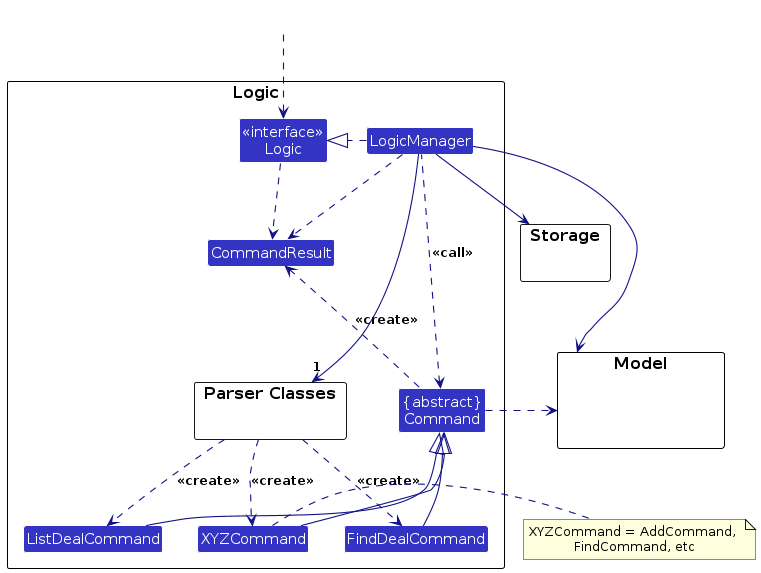
Before: diagrams/LogicClassDiagram.png, a diagram exported from PlantUML (githubcsuser/tp). Its source is kept beside it as diagrams/LogicClassDiagram.puml.
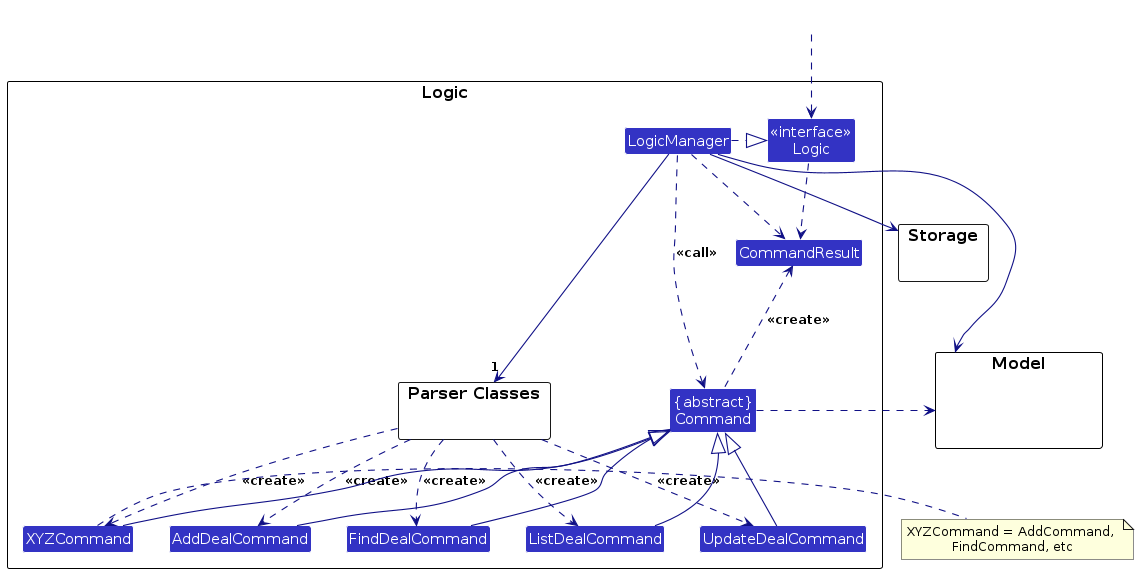
After the commit.

Change to the diagram source:
```diff
@@ -11,6 +11,8 @@
 Class XYZCommand
 Class FindDealCommand
 Class ListDealCommand
+Class AddDealCommand
+Class UpdateDealCommand
 Class CommandResult
 Class "{abstract}\nCommand" as Command
 
@@ -34,10 +36,14 @@
 ParserClasses ..> XYZCommand : <<create>>
 ParserClasses ..> FindDealCommand : <<create>>
 ParserClasses ..> ListDealCommand : <<create>>
+ParserClasses ..> AddDealCommand : <<create>>
+ParserClasses ..> UpdateDealCommand : <<create>>
 
 XYZCommand -up-|> Command
 FindDealCommand -up-|> Command
 ListDealCommand -up-|> Command
+AddDealCommand -up-|> Command
+UpdateDealCommand -up-|> Command
 LogicManager .left.> Command : <<call>>
 
 LogicManager --> Model
```
